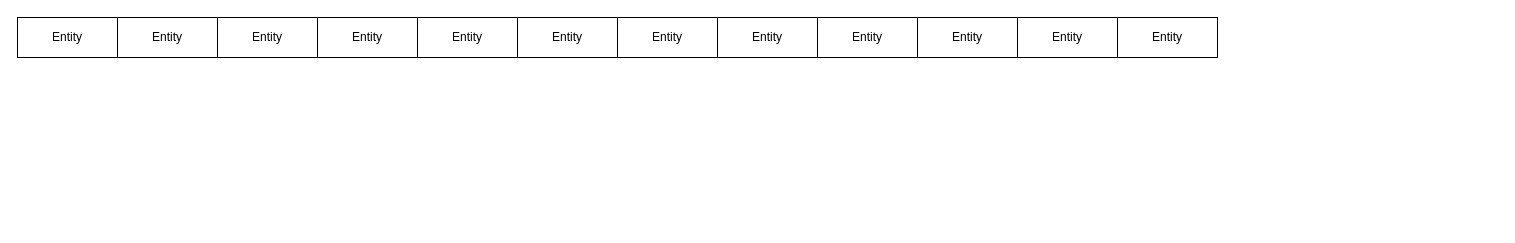
This is page "Practice 6" (4 of 7) of 作業/資料庫/模型.drawio from NTX8205/School_project, a draw.io file, before an edit. Source tidied: cells renumbered, new cells numbered last; positions are measured from the earlier drawing's top-left corner, leaving out a move shared by most shapes. Both pictures are drawn from the tidied source at 100%, with x=0, y=0 at pixel (17, 17).
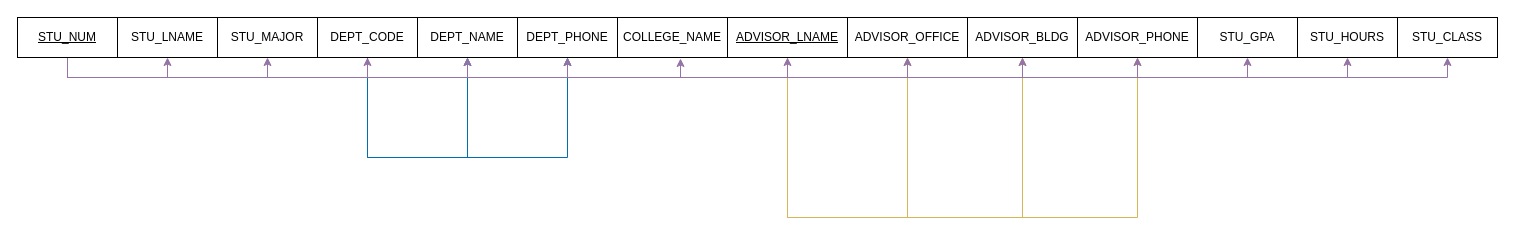
After the change.

Change to the diagram source:
```diff
@@
+    <mxCell id="14" style="edgeStyle=orthogonalEdgeStyle;rounded=0;jettySize=auto;html=1;exitX=0.5;exitY=1;exitDx=0;exitDy=0;entryX=0.5;entryY=1;entryDx=0;entryDy=0;startArrow=none;startFill=0;endArrow=classic;endFill=1;fillColor=#1ba1e2;strokeColor=#006EAF;" parent="1" edge="1" source="2" target="3">
+      <mxGeometry relative="1" as="geometry">
+        <Array as="points">
+          <mxPoint x="350" y="140" />
+          <mxPoint x="450" y="140" />
+        </Array>
+      </mxGeometry>
+    </mxCell>
+    <mxCell id="15" style="edgeStyle=orthogonalEdgeStyle;rounded=0;jettySize=auto;html=1;exitX=0.5;exitY=1;exitDx=0;exitDy=0;entryX=0.5;entryY=1;entryDx=0;entryDy=0;startArrow=none;startFill=0;endArrow=classic;endFill=1;fillColor=#1ba1e2;strokeColor=#006EAF;" parent="1" edge="1" source="2" target="4">
+      <mxGeometry relative="1" as="geometry">
+        <Array as="points">
+          <mxPoint x="350" y="140" />
+          <mxPoint x="550" y="140" />
+        </Array>
+      </mxGeometry>
+    </mxCell>
-    <mxCell id="2" value="Entity" style="whiteSpace=wrap;html=1;align=center;" parent="1" vertex="1">
+    <mxCell id="2" value="DEPT_CODE" style="whiteSpace=wrap;html=1;align=center;" parent="1" vertex="1">
       <mxGeometry x="300" width="100" height="40" as="geometry" />
     </mxCell>
-    <mxCell id="3" value="Entity" style="whiteSpace=wrap;html=1;align=center;" parent="1" vertex="1">
+    <mxCell id="3" value="DEPT_NAME" style="whiteSpace=wrap;html=1;align=center;" parent="1" vertex="1">
       <mxGeometry x="400" width="100" height="40" as="geometry" />
     </mxCell>
-    <mxCell id="4" value="Entity" style="whiteSpace=wrap;html=1;align=center;" parent="1" vertex="1">
+    <mxCell id="4" value="DEPT_PHONE" style="whiteSpace=wrap;html=1;align=center;" parent="1" vertex="1">
       <mxGeometry x="500" width="100" height="40" as="geometry" />
     </mxCell>
-    <mxCell id="5" value="Entity" style="whiteSpace=wrap;html=1;align=center;" parent="1" vertex="1">
-      <mxGeometry x="600" width="100" height="40" as="geometry" />
+    <mxCell id="5" value="COLLEGE_NAME" style="whiteSpace=wrap;html=1;align=center;" parent="1" vertex="1">
+      <mxGeometry x="600" width="110" height="40" as="geometry" />
     </mxCell>
+    <mxCell id="16" style="edgeStyle=orthogonalEdgeStyle;rounded=0;jettySize=auto;html=1;exitX=0.5;exitY=1;exitDx=0;exitDy=0;entryX=0.5;entryY=1;entryDx=0;entryDy=0;startArrow=none;startFill=0;endArrow=classic;endFill=1;fillColor=#fff2cc;strokeColor=#d6b656;" parent="1" edge="1" source="6" target="7">
+      <mxGeometry relative="1" as="geometry">
+        <Array as="points">
+          <mxPoint x="770" y="200" />
+          <mxPoint x="890" y="200" />
+        </Array>
+      </mxGeometry>
+    </mxCell>
+    <mxCell id="17" style="edgeStyle=orthogonalEdgeStyle;rounded=0;jettySize=auto;html=1;exitX=0.5;exitY=1;exitDx=0;exitDy=0;entryX=0.5;entryY=1;entryDx=0;entryDy=0;startArrow=none;startFill=0;endArrow=classic;endFill=1;fillColor=#fff2cc;strokeColor=#d6b656;" parent="1" edge="1" source="6" target="8">
+      <mxGeometry relative="1" as="geometry">
+        <Array as="points">
+          <mxPoint x="770" y="200" />
+          <mxPoint x="1005" y="200" />
+        </Array>
+      </mxGeometry>
+    </mxCell>
+    <mxCell id="18" style="edgeStyle=orthogonalEdgeStyle;rounded=0;jettySize=auto;html=1;exitX=0.5;exitY=1;exitDx=0;exitDy=0;entryX=0.5;entryY=1;entryDx=0;entryDy=0;startArrow=none;startFill=0;endArrow=classic;endFill=1;fillColor=#fff2cc;strokeColor=#d6b656;" parent="1" edge="1" source="6" target="9">
+      <mxGeometry relative="1" as="geometry">
+        <Array as="points">
+          <mxPoint x="770" y="200" />
+          <mxPoint x="1120" y="200" />
+        </Array>
+      </mxGeometry>
+    </mxCell>
-    <mxCell id="6" value="Entity" style="whiteSpace=wrap;html=1;align=center;" parent="1" vertex="1">
-      <mxGeometry x="700" width="100" height="40" as="geometry" />
+    <mxCell id="6" value="&lt;u&gt;ADVISOR_LNAME&lt;/u&gt;" style="whiteSpace=wrap;html=1;align=center;" parent="1" vertex="1">
+      <mxGeometry x="710" width="120" height="40" as="geometry" />
     </mxCell>
-    <mxCell id="7" value="Entity" style="whiteSpace=wrap;html=1;align=center;" parent="1" vertex="1">
-      <mxGeometry x="800" width="100" height="40" as="geometry" />
+    <mxCell id="7" value="ADVISOR_OFFICE" style="whiteSpace=wrap;html=1;align=center;" parent="1" vertex="1">
+      <mxGeometry x="830" width="120" height="40" as="geometry" />
     </mxCell>
-    <mxCell id="8" value="Entity" style="whiteSpace=wrap;html=1;align=center;" parent="1" vertex="1">
-      <mxGeometry x="900" width="100" height="40" as="geometry" />
+    <mxCell id="8" value="ADVISOR_BLDG" style="whiteSpace=wrap;html=1;align=center;" parent="1" vertex="1">
+      <mxGeometry x="950" width="110" height="40" as="geometry" />
     </mxCell>
-    <mxCell id="9" value="Entity" style="whiteSpace=wrap;html=1;align=center;" parent="1" vertex="1">
-      <mxGeometry x="1000" width="100" height="40" as="geometry" />
+    <mxCell id="9" value="ADVISOR_PHONE" style="whiteSpace=wrap;html=1;align=center;" parent="1" vertex="1">
+      <mxGeometry x="1060" width="120" height="40" as="geometry" />
     </mxCell>
-    <mxCell id="10" value="Entity" style="whiteSpace=wrap;html=1;align=center;" parent="1" vertex="1">
-      <mxGeometry x="1100" width="100" height="40" as="geometry" />
+    <mxCell id="10" value="STU_GPA" style="whiteSpace=wrap;html=1;align=center;" parent="1" vertex="1">
+      <mxGeometry x="1180" width="100" height="40" as="geometry" />
     </mxCell>
+    <mxCell id="19" style="edgeStyle=orthogonalEdgeStyle;rounded=0;jettySize=auto;html=1;exitX=0.5;exitY=1;exitDx=0;exitDy=0;entryX=0.5;entryY=1;entryDx=0;entryDy=0;endArrow=classic;endFill=1;fillColor=#e1d5e7;strokeColor=#9673a6;" parent="1" edge="1" source="11" target="12">
+      <mxGeometry relative="1" as="geometry" />
+    </mxCell>
+    <mxCell id="20" style="edgeStyle=orthogonalEdgeStyle;rounded=0;jettySize=auto;html=1;exitX=0.5;exitY=1;exitDx=0;exitDy=0;entryX=0.5;entryY=1;entryDx=0;entryDy=0;startArrow=none;startFill=0;endArrow=classic;endFill=1;fillColor=#e1d5e7;strokeColor=#9673a6;" parent="1" edge="1" source="11" target="13">
+      <mxGeometry relative="1" as="geometry" />
+    </mxCell>
+    <mxCell id="21" style="edgeStyle=orthogonalEdgeStyle;rounded=0;jettySize=auto;html=1;exitX=0.5;exitY=1;exitDx=0;exitDy=0;entryX=0.5;entryY=1;entryDx=0;entryDy=0;startArrow=none;startFill=0;endArrow=classic;endFill=1;fillColor=#e1d5e7;strokeColor=#9673a6;" parent="1" edge="1" source="11" target="10">
+      <mxGeometry relative="1" as="geometry" />
+    </mxCell>
+    <mxCell id="22" style="edgeStyle=orthogonalEdgeStyle;rounded=0;jettySize=auto;html=1;exitX=0.5;exitY=1;exitDx=0;exitDy=0;entryX=0.5;entryY=1;entryDx=0;entryDy=0;startArrow=none;startFill=0;endArrow=classic;endFill=1;fillColor=#e1d5e7;strokeColor=#9673a6;" parent="1" edge="1" source="11" target="32">
+      <mxGeometry relative="1" as="geometry" />
+    </mxCell>
+    <mxCell id="23" style="edgeStyle=orthogonalEdgeStyle;rounded=0;jettySize=auto;html=1;exitX=0.5;exitY=1;exitDx=0;exitDy=0;entryX=0.5;entryY=1;entryDx=0;entryDy=0;startArrow=none;startFill=0;endArrow=classic;endFill=1;fillColor=#e1d5e7;strokeColor=#9673a6;" parent="1" edge="1" source="11" target="33">
+      <mxGeometry relative="1" as="geometry" />
+    </mxCell>
+    <mxCell id="24" style="edgeStyle=orthogonalEdgeStyle;rounded=0;jettySize=auto;html=1;exitX=0.5;exitY=1;exitDx=0;exitDy=0;entryX=0.5;entryY=1;entryDx=0;entryDy=0;startArrow=none;startFill=0;endArrow=classic;endFill=1;fillColor=#e1d5e7;strokeColor=#9673a6;" parent="1" edge="1" source="11" target="2">
+      <mxGeometry relative="1" as="geometry" />
+    </mxCell>
+    <mxCell id="25" style="edgeStyle=orthogonalEdgeStyle;rounded=0;jettySize=auto;html=1;exitX=0.5;exitY=1;exitDx=0;exitDy=0;entryX=0.5;entryY=1;entryDx=0;entryDy=0;startArrow=none;startFill=0;endArrow=classic;endFill=1;fillColor=#e1d5e7;strokeColor=#9673a6;" parent="1" edge="1" source="11" target="3">
+      <mxGeometry relative="1" as="geometry" />
+    </mxCell>
+    <mxCell id="26" style="edgeStyle=orthogonalEdgeStyle;rounded=0;jettySize=auto;html=1;exitX=0.5;exitY=1;exitDx=0;exitDy=0;entryX=0.5;entryY=1;entryDx=0;entryDy=0;startArrow=none;startFill=0;endArrow=classic;endFill=1;fillColor=#e1d5e7;strokeColor=#9673a6;" parent="1" edge="1" source="11" target="4">
+      <mxGeometry relative="1" as="geometry" />
+    </mxCell>
+    <mxCell id="27" style="edgeStyle=orthogonalEdgeStyle;rounded=0;jettySize=auto;html=1;exitX=0.5;exitY=1;exitDx=0;exitDy=0;entryX=0.573;entryY=1.025;entryDx=0;entryDy=0;entryPerimeter=0;startArrow=none;startFill=0;endArrow=classic;endFill=1;fillColor=#e1d5e7;strokeColor=#9673a6;" parent="1" edge="1" source="11" target="5">
+      <mxGeometry relative="1" as="geometry" />
+    </mxCell>
+    <mxCell id="28" style="edgeStyle=orthogonalEdgeStyle;rounded=0;jettySize=auto;html=1;exitX=0.5;exitY=1;exitDx=0;exitDy=0;entryX=0.5;entryY=1;entryDx=0;entryDy=0;startArrow=none;startFill=0;endArrow=classic;endFill=1;fillColor=#e1d5e7;strokeColor=#9673a6;" parent="1" edge="1" source="11" target="6">
+      <mxGeometry relative="1" as="geometry" />
+    </mxCell>
+    <mxCell id="29" style="edgeStyle=orthogonalEdgeStyle;rounded=0;jettySize=auto;html=1;exitX=0.5;exitY=1;exitDx=0;exitDy=0;entryX=0.5;entryY=1;entryDx=0;entryDy=0;startArrow=none;startFill=0;endArrow=classic;endFill=1;fillColor=#e1d5e7;strokeColor=#9673a6;" parent="1" edge="1" source="11" target="7">
+      <mxGeometry relative="1" as="geometry" />
+    </mxCell>
+    <mxCell id="30" style="edgeStyle=orthogonalEdgeStyle;rounded=0;jettySize=auto;html=1;exitX=0.5;exitY=1;exitDx=0;exitDy=0;entryX=0.5;entryY=1;entryDx=0;entryDy=0;startArrow=none;startFill=0;endArrow=classic;endFill=1;fillColor=#e1d5e7;strokeColor=#9673a6;" parent="1" edge="1" source="11" target="8">
+      <mxGeometry relative="1" as="geometry" />
+    </mxCell>
+    <mxCell id="31" style="edgeStyle=orthogonalEdgeStyle;rounded=0;jettySize=auto;html=1;exitX=0.5;exitY=1;exitDx=0;exitDy=0;entryX=0.5;entryY=1;entryDx=0;entryDy=0;startArrow=none;startFill=0;endArrow=classic;endFill=1;fillColor=#e1d5e7;strokeColor=#9673a6;" parent="1" edge="1" source="11" target="9">
+      <mxGeometry relative="1" as="geometry" />
+    </mxCell>
-    <mxCell id="11" value="Entity" style="whiteSpace=wrap;html=1;align=center;" parent="1" vertex="1">
+    <mxCell id="11" value="&lt;u&gt;STU_NUM&lt;/u&gt;" style="whiteSpace=wrap;html=1;align=center;" parent="1" vertex="1">
       <mxGeometry width="100" height="40" as="geometry" />
     </mxCell>
-    <mxCell id="12" value="Entity" style="whiteSpace=wrap;html=1;align=center;" parent="1" vertex="1">
+    <mxCell id="12" value="STU_LNAME" style="whiteSpace=wrap;html=1;align=center;" parent="1" vertex="1">
       <mxGeometry x="100" width="100" height="40" as="geometry" />
     </mxCell>
-    <mxCell id="13" value="Entity" style="whiteSpace=wrap;html=1;align=center;" parent="1" vertex="1">
+    <mxCell id="13" value="STU_MAJOR" style="whiteSpace=wrap;html=1;align=center;" parent="1" vertex="1">
       <mxGeometry x="200" width="100" height="40" as="geometry" />
     </mxCell>
+    <mxCell id="32" value="STU_HOURS" style="whiteSpace=wrap;html=1;align=center;" parent="1" vertex="1">
+      <mxGeometry x="1280" width="100" height="40" as="geometry" />
+    </mxCell>
+    <mxCell id="33" value="STU_CLASS" style="whiteSpace=wrap;html=1;align=center;" parent="1" vertex="1">
+      <mxGeometry x="1380" width="100" height="40" as="geometry" />
+    </mxCell>
```
